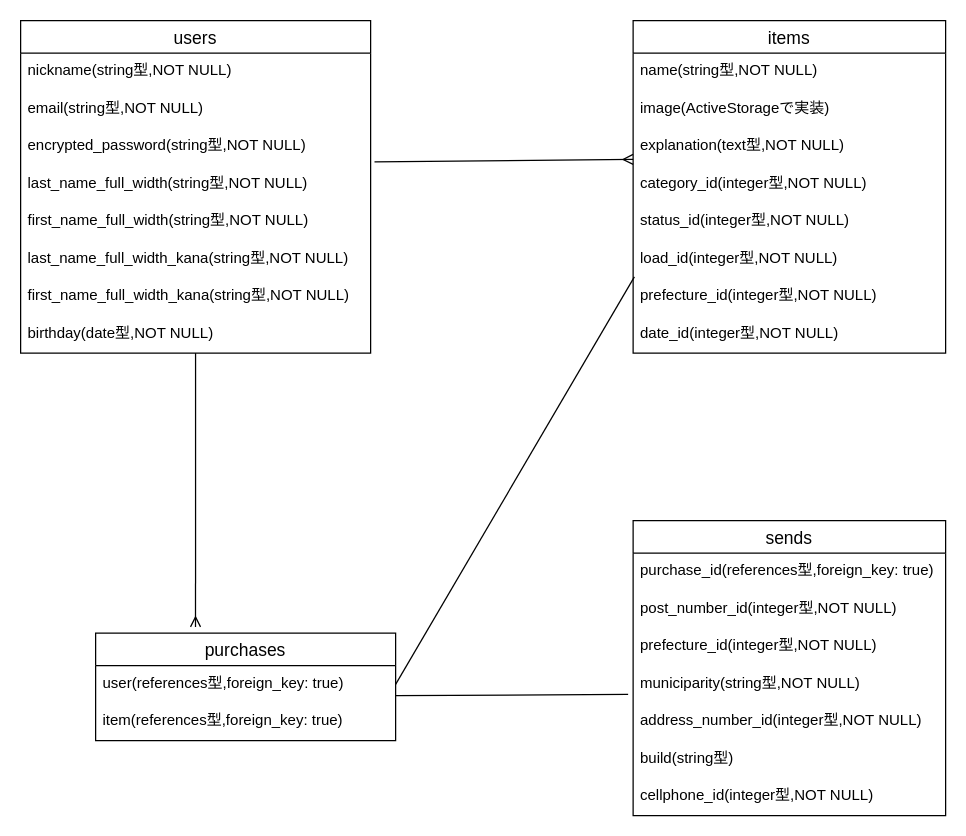
The draw.io diagram page "ページ1" (1 of 2) of furima.dio in chachamaru6/furima-36589, before the edit. Source tidied: cells renumbered, new cells numbered last; positions are measured from the earlier drawing's top-left corner, leaving out a move shared by most shapes. Both pictures are drawn from the tidied source at 125%, with x=0, y=0 at pixel (20, 20).
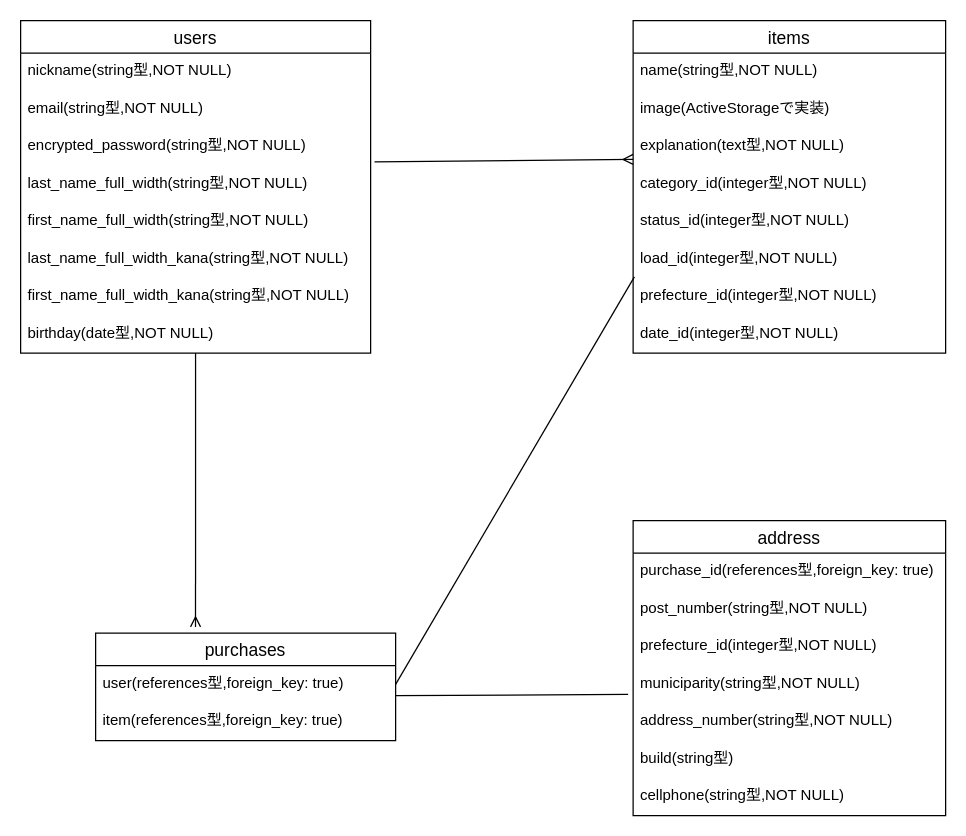
After the change.

Diff of the diagram source:
```diff
@@
-    <mxCell id="24" value="sends" style="swimlane;fontStyle=0;horizontal=1;startSize=26;align=center;fontSize=14;labelBackgroundColor=#ffffff;fillColor=none;" parent="1" vertex="1">
+    <mxCell id="24" value="address" style="swimlane;fontStyle=0;horizontal=1;startSize=26;align=center;fontSize=14;labelBackgroundColor=#ffffff;fillColor=none;" parent="1" vertex="1">
       <mxGeometry x="490" y="400" width="250" height="236" as="geometry" />
     </mxCell>
@@
-    <mxCell id="26" value="post_number_id(integer型,NOT NULL)" style="text;strokeColor=none;fillColor=none;spacingLeft=4;spacingRight=4;overflow=hidden;fontSize=12;" parent="24" vertex="1">
+    <mxCell id="26" value="post_number(string型,NOT NULL)" style="text;strokeColor=none;fillColor=none;spacingLeft=4;spacingRight=4;overflow=hidden;fontSize=12;" parent="24" vertex="1">
       <mxGeometry y="56" width="250" height="30" as="geometry" />
     </mxCell>
@@
-    <mxCell id="29" value="address_number_id(integer型,NOT NULL)" style="text;strokeColor=none;fillColor=none;spacingLeft=4;spacingRight=4;overflow=hidden;fontSize=12;" parent="24" vertex="1">
+    <mxCell id="29" value="address_number(string型,NOT NULL)" style="text;strokeColor=none;fillColor=none;spacingLeft=4;spacingRight=4;overflow=hidden;fontSize=12;" parent="24" vertex="1">
       <mxGeometry y="146" width="250" height="30" as="geometry" />
     </mxCell>
@@
-    <mxCell id="31" value="cellphone_id(integer型,NOT NULL)" style="text;strokeColor=none;fillColor=none;spacingLeft=4;spacingRight=4;overflow=hidden;fontSize=12;" parent="24" vertex="1">
+    <mxCell id="31" value="cellphone(string型,NOT NULL)" style="text;strokeColor=none;fillColor=none;spacingLeft=4;spacingRight=4;overflow=hidden;fontSize=12;" parent="24" vertex="1">
       <mxGeometry y="206" width="250" height="30" as="geometry" />
     </mxCell>
```
